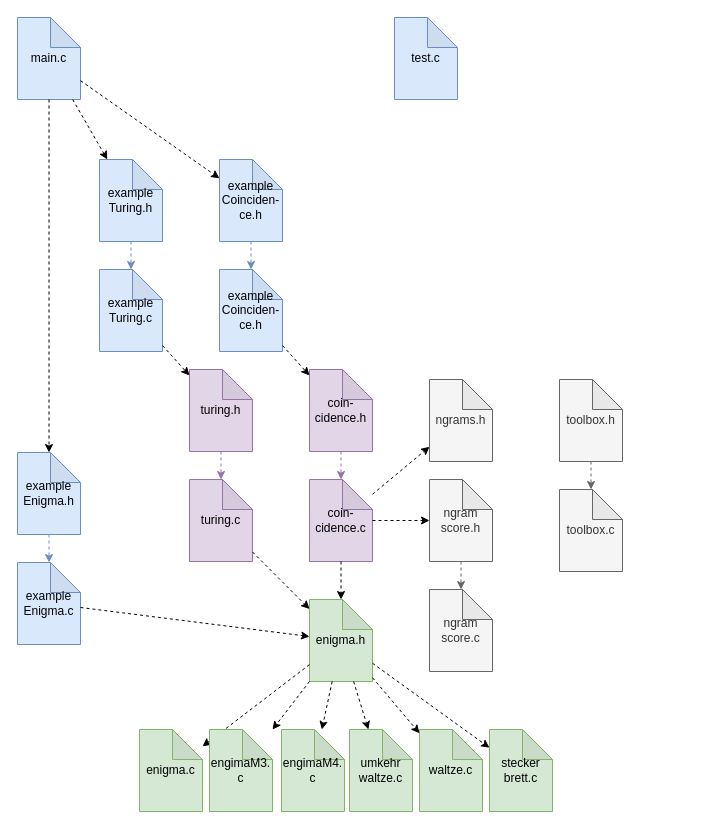
scubajorgen/enigma_c keeps this draw.io diagram as page "code" (2 of 3) of images/enigma.drawio. Above is the earlier version. Source tidied: cells renumbered, new cells numbered last; positions are measured from the earlier drawing's top-left corner, leaving out a move shared by most shapes. Both pictures are drawn from the tidied source at 100%, with x=0, y=0 at pixel (17, 17).
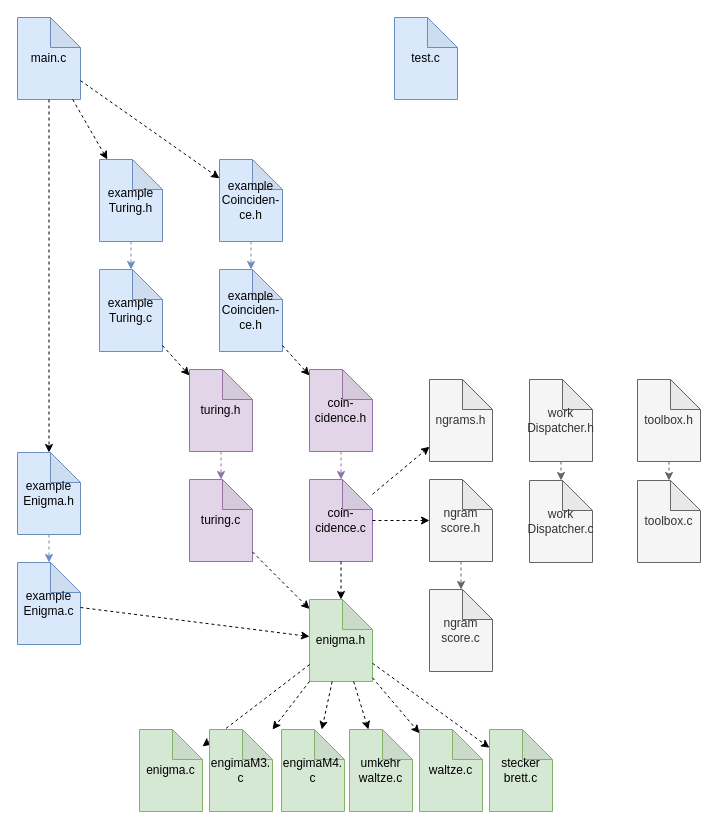
The same diagram, later.

Diff of the diagram source:
```diff
@@
     <mxCell id="13" value="toolbox.h" style="shape=note;whiteSpace=wrap;html=1;backgroundOutline=1;darkOpacity=0.05;fillColor=#f5f5f5;fontColor=#333333;strokeColor=#666666;" parent="1" vertex="1">
-      <mxGeometry x="542" y="362" width="63" height="82" as="geometry" />
+      <mxGeometry x="620" y="362" width="63" height="82" as="geometry" />
     </mxCell>
     <mxCell id="14" value="toolbox.c" style="shape=note;whiteSpace=wrap;html=1;backgroundOutline=1;darkOpacity=0.05;fillColor=#f5f5f5;fontColor=#333333;strokeColor=#666666;" parent="1" vertex="1">
-      <mxGeometry x="542" y="472" width="63" height="82" as="geometry" />
+      <mxGeometry x="620" y="463" width="63" height="82" as="geometry" />
     </mxCell>
@@
+    <mxCell id="49" value="work&lt;br&gt;Dispatcher.h" style="shape=note;whiteSpace=wrap;html=1;backgroundOutline=1;darkOpacity=0.05;fillColor=#f5f5f5;fontColor=#333333;strokeColor=#666666;" parent="1" vertex="1">
+      <mxGeometry x="512" y="362" width="63" height="82" as="geometry" />
+    </mxCell>
+    <mxCell id="50" value="work&lt;br&gt;Dispatcher.c" style="shape=note;whiteSpace=wrap;html=1;backgroundOutline=1;darkOpacity=0.05;fillColor=#f5f5f5;fontColor=#333333;strokeColor=#666666;" parent="1" vertex="1">
+      <mxGeometry x="512" y="463" width="63" height="82" as="geometry" />
+    </mxCell>
+    <mxCell id="51" style="endArrow=classic;html=1;rounded=0;dashed=1;fillColor=#f5f5f5;strokeColor=#666666;" parent="1" edge="1" source="49" target="50">
+      <mxGeometry relative="1" as="geometry" />
+    </mxCell>
```
